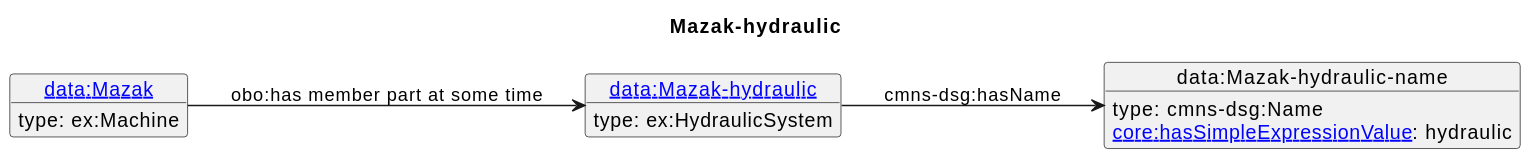
The PlantUML diagram diagrams/Mazak-hydraulic.svg in iofoundry/example-syseng-mtconnect, before a commit. Its diagram source:
```plantuml
@startuml
skinparam linetype polyline
left to right direction
title Mazak-hydraulic
object "[[./Mazak-hydraulic.html data:Mazak-hydraulic]]" as o1 {
 type: ex:HydraulicSystem
}
object "data:Mazak-hydraulic-name" as o2 {
 type: cmns-dsg:Name
}
object "[[./Mazak.html data:Mazak]]" as o3 {
 type: ex:Machine
}
o1 --> o2 : cmns-dsg:hasName
o2 : [[https://spec.industrialontologies.org/ontology/core/Core/hasSimpleExpressionValue core:hasSimpleExpressionValue]]: hydraulic
o3 --> o1 : obo:has member part at some time
@enduml
```
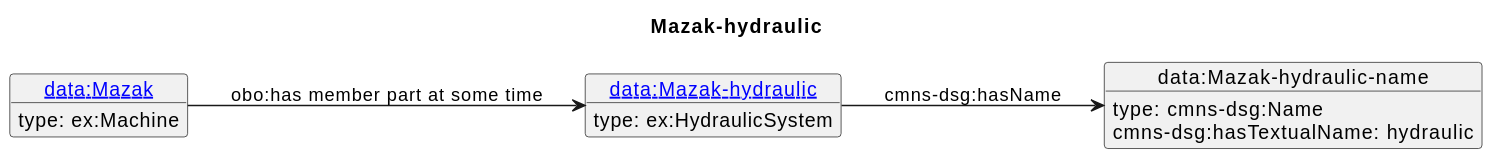
Later version of the same file.

Change to the diagram source:
```diff
@@ -12,6 +12,6 @@
  type: ex:Machine
 }
 o1 --> o2 : cmns-dsg:hasName
-o2 : [[https://spec.industrialontologies.org/ontology/core/Core/hasSimpleExpressionValue core:hasSimpleExpressionValue]]: hydraulic
+o2 : cmns-dsg:hasTextualName: hydraulic
 o3 --> o1 : obo:has member part at some time
 @enduml
```
